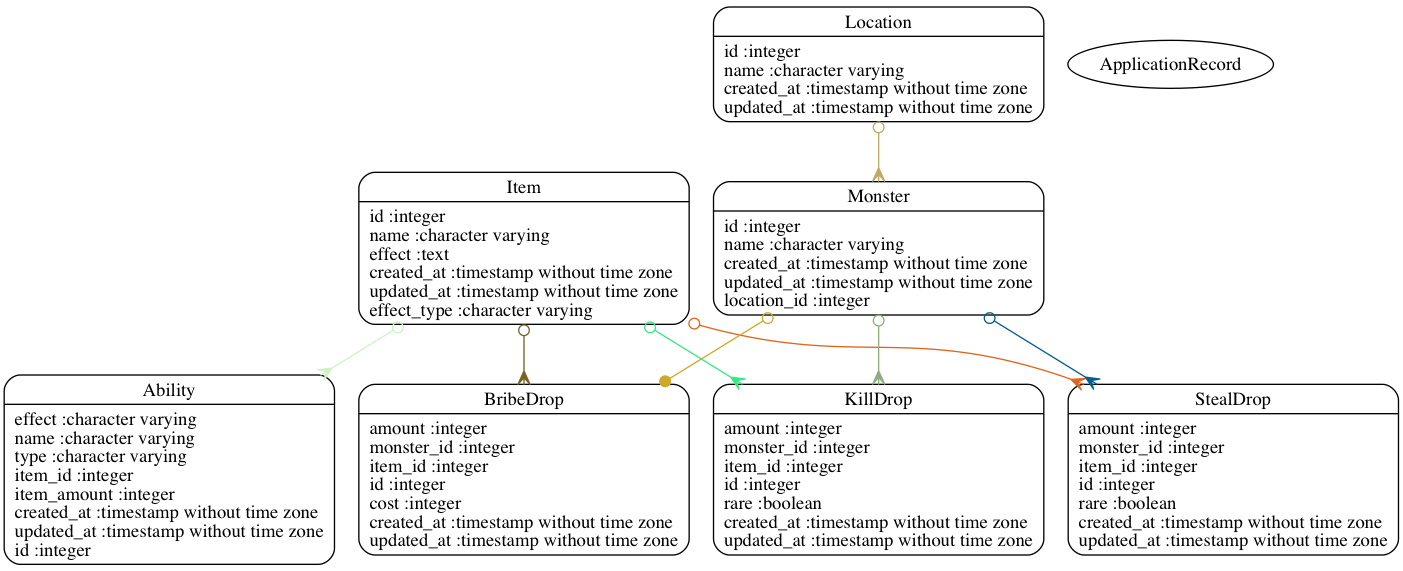
Earlier version of the Graphviz export models.png (ffxindex/ffx-index-api). Its source is kept beside it as models.dot.
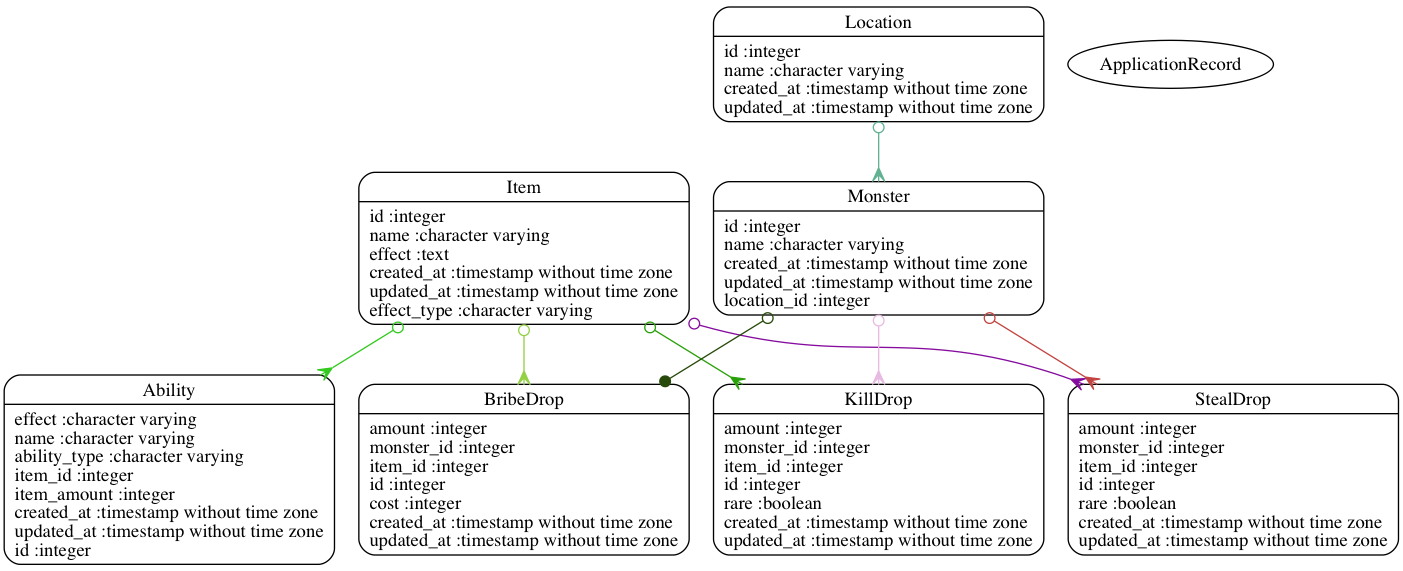
Above is the later version.

Diff of the diagram source:
```diff
@@ -1,6 +1,6 @@
 digraph models_diagram {
 	graph[overlap=false, splines=true, bgcolor="none"]
-	"Ability" [shape=Mrecord, label="{Ability|effect :character varying\lname :character varying\ltype :character varying\litem_id :integer\litem_amount :integer\lcreated_at :timestamp without time zone\lupdated_at :timestamp without time zone\lid :integer\l}"]
+	"Ability" [shape=Mrecord, label="{Ability|effect :character varying\lname :character varying\lability_type :character varying\litem_id :integer\litem_amount :integer\lcreated_at :timestamp without time zone\lupdated_at :timestamp without time zone\lid :integer\l}"]
 	"ApplicationRecord" []
 	"BribeDrop" [shape=Mrecord, label="{BribeDrop|amount :integer\lmonster_id :integer\litem_id :integer\lid :integer\lcost :integer\lcreated_at :timestamp without time zone\lupdated_at :timestamp without time zone\l}"]
 	"Item" [shape=Mrecord, label="{Item|id :integer\lname :character varying\leffect :text\lcreated_at :timestamp without time zone\lupdated_at :timestamp without time zone\leffect_type :character varying\l}"]
@@ -8,12 +8,12 @@
 	"Location" [shape=Mrecord, label="{Location|id :integer\lname :character varying\lcreated_at :timestamp without time zone\lupdated_at :timestamp without time zone\l}"]
 	"Monster" [shape=Mrecord, label="{Monster|id :integer\lname :character varying\lcreated_at :timestamp without time zone\lupdated_at :timestamp without time zone\llocation_id :integer\l}"]
 	"StealDrop" [shape=Mrecord, label="{StealDrop|amount :integer\lmonster_id :integer\litem_id :integer\lid :integer\lrare :boolean\lcreated_at :timestamp without time zone\lupdated_at :timestamp without time zone\l}"]
-	"Item" -> "Ability" [arrowtail=odot, arrowhead=crow, dir=both color="#CFF1C4"]
-	"Item" -> "KillDrop" [arrowtail=odot, arrowhead=crow, dir=both color="#37E982"]
-	"Item" -> "StealDrop" [arrowtail=odot, arrowhead=crow, dir=both color="#E0641C"]
-	"Item" -> "BribeDrop" [arrowtail=odot, arrowhead=crow, dir=both color="#766224"]
-	"Location" -> "Monster" [arrowtail=odot, arrowhead=crow, dir=both color="#BFA966"]
-	"Monster" -> "KillDrop" [arrowtail=odot, arrowhead=crow, dir=both color="#8DAE7B"]
-	"Monster" -> "StealDrop" [arrowtail=odot, arrowhead=crow, dir=both color="#025E8D"]
-	"Monster" -> "BribeDrop" [arrowtail=odot, arrowhead=dot, dir=both color="#CEA829"]
+	"Item" -> "Ability" [arrowtail=odot, arrowhead=crow, dir=both color="#33C91F"]
+	"Item" -> "KillDrop" [arrowtail=odot, arrowhead=crow, dir=both color="#29A009"]
+	"Item" -> "StealDrop" [arrowtail=odot, arrowhead=crow, dir=both color="#850C9E"]
+	"Item" -> "BribeDrop" [arrowtail=odot, arrowhead=crow, dir=both color="#93D046"]
+	"Location" -> "Monster" [arrowtail=odot, arrowhead=crow, dir=both color="#62B193"]
+	"Monster" -> "KillDrop" [arrowtail=odot, arrowhead=crow, dir=both color="#E7BAE2"]
+	"Monster" -> "StealDrop" [arrowtail=odot, arrowhead=crow, dir=both color="#C14441"]
+	"Monster" -> "BribeDrop" [arrowtail=odot, arrowhead=dot, dir=both color="#274A0B"]
 }
```
